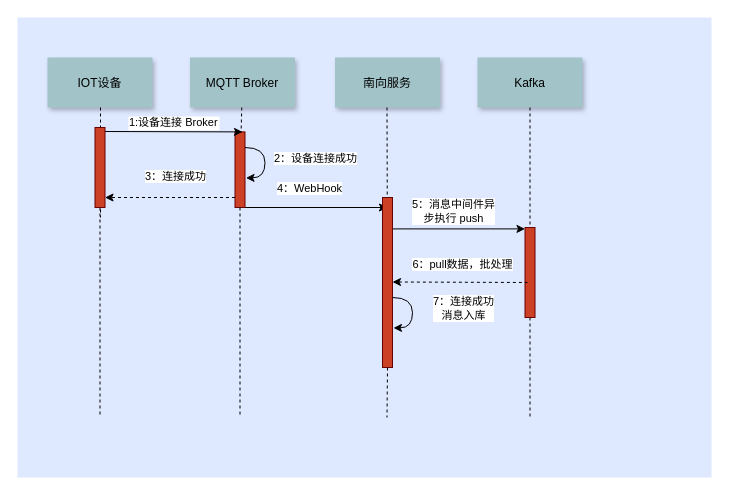
Above: WebHook触发设备上线消息时序图.drawio in wjwzero/DesignDrawing- (draw.io), before the change. Source tidied: cells renumbered, new cells numbered last; positions are measured from the earlier drawing's top-left corner, leaving out a move shared by most shapes. Both pictures are drawn from the tidied source at 100%, with x=0, y=0 at pixel (17, 17).
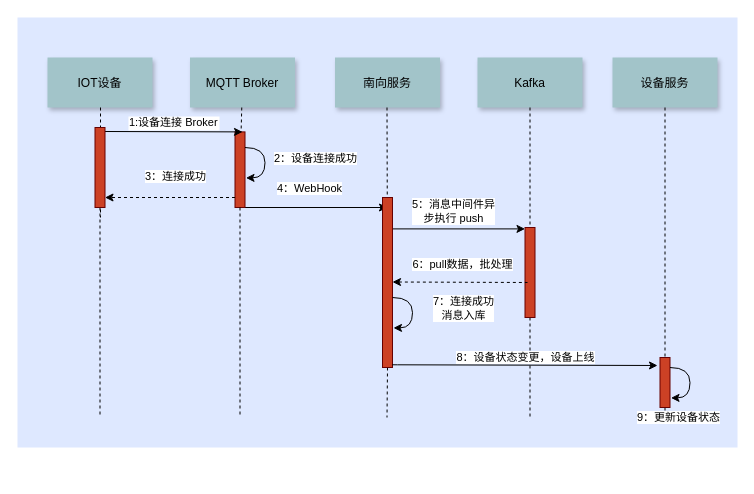
The same diagram, later.

Commit message (it also covers changes not shown here):
更新WebHook触发设备上线消息时序图.drawio

Unchanged cells that the change refers to:
```xml
<mxCell id="25" style="fillColor=#CC4125;strokeColor=#660000;" parent="1" vertex="1">
  <mxGeometry x="365" y="180" width="10" height="170" as="geometry" />
</mxCell>
```

The edit, as a diff of the source:
```diff
@@
     <mxCell id="2" style="fillColor=#DEE8FF;strokeColor=none;" parent="1" vertex="1">
-      <mxGeometry width="694" height="460" as="geometry" />
+      <mxGeometry width="720" height="430" as="geometry" />
     </mxCell>
@@
+    <mxCell id="33" value="设备服务" style="shadow=1;fillColor=#A2C4C9;strokeColor=none;" parent="1" vertex="1">
+      <mxGeometry x="595" y="40" width="105" height="50" as="geometry" />
+    </mxCell>
+    <mxCell id="34" style="edgeStyle=none;endArrow=none;dashed=1;" parent="1" edge="1" source="35">
+      <mxGeometry x="667" y="145" as="geometry">
+        <mxPoint x="647.5" y="400" as="targetPoint" />
+      </mxGeometry>
+    </mxCell>
+    <mxCell id="35" style="fillColor=#CC4125;strokeColor=#660000;" parent="1" vertex="1">
+      <mxGeometry x="642.5" y="340" width="10" height="50" as="geometry" />
+    </mxCell>
+    <mxCell id="36" style="edgeStyle=none;endArrow=none;dashed=1;" parent="1" edge="1" source="33" target="35">
+      <mxGeometry x="667" y="175" as="geometry" />
+    </mxCell>
+    <mxCell id="37" style="edgeStyle=orthogonalEdgeStyle;rounded=0;jettySize=auto;html=1;exitX=0.965;exitY=0.984;exitDx=0;exitDy=0;exitPerimeter=0;" parent="1" edge="1" source="25">
+      <mxGeometry relative="1" as="geometry">
+        <mxPoint x="640" y="348" as="targetPoint" />
+        <Array as="points">
+          <mxPoint x="380" y="347" />
+        </Array>
+      </mxGeometry>
+    </mxCell>
+    <mxCell id="38" value="8：设备状态变更，设备上线" style="edgeLabel;html=1;align=center;verticalAlign=middle;" parent="37" vertex="1">
+      <mxGeometry x="-0.33" y="-1" relative="1" as="geometry">
+        <mxPoint x="43.7" y="-8.6" as="offset" />
+      </mxGeometry>
+    </mxCell>
+    <mxCell id="39" style="edgeStyle=orthogonalEdgeStyle;curved=1;rounded=0;orthogonalLoop=1;jettySize=auto;html=1;exitX=0.928;exitY=0.095;exitDx=0;exitDy=0;exitPerimeter=0;" parent="1" edge="1">
+      <mxGeometry relative="1" as="geometry">
+        <mxPoint x="652.5" y="350" as="sourcePoint" />
+        <mxPoint x="653.5" y="380.4" as="targetPoint" />
+        <Array as="points">
+          <mxPoint x="672.5" y="350.4" />
+          <mxPoint x="672.5" y="380.4" />
+          <mxPoint x="653.5" y="380.4" />
+        </Array>
+      </mxGeometry>
+    </mxCell>
+    <mxCell id="40" value="9：更新设备状态" style="edgeLabel;html=1;align=center;verticalAlign=middle;" parent="39" vertex="1">
+      <mxGeometry x="-0.31" y="-1" relative="1" as="geometry">
+        <mxPoint x="-11.5" y="45.8" as="offset" />
+      </mxGeometry>
+    </mxCell>
```
